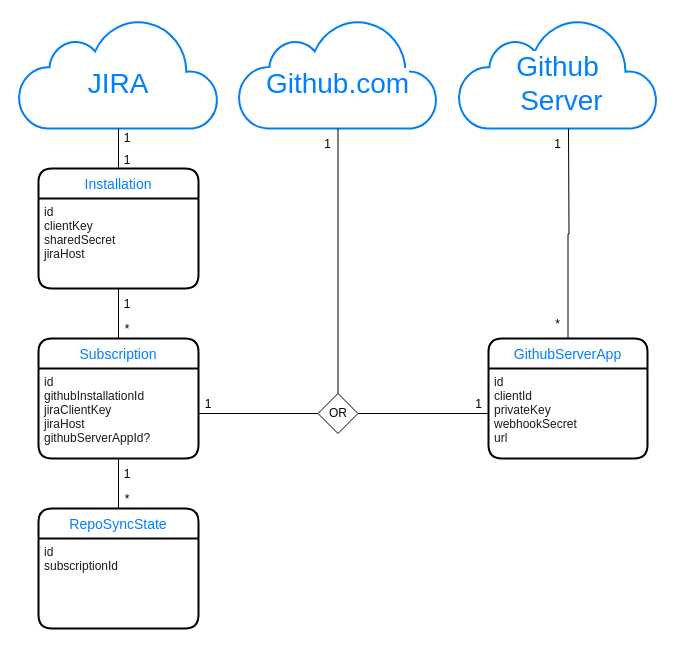
atlassian/github-for-jira keeps this draw.io diagram as docs/draw.io/data-model.drawio.xml. Above is the earlier version. Source tidied: cells renumbered, new cells numbered last; positions are measured from the earlier drawing's top-left corner, leaving out a move shared by most shapes. Both pictures are drawn from the tidied source at 100%, with x=0, y=0 at pixel (18, 18).
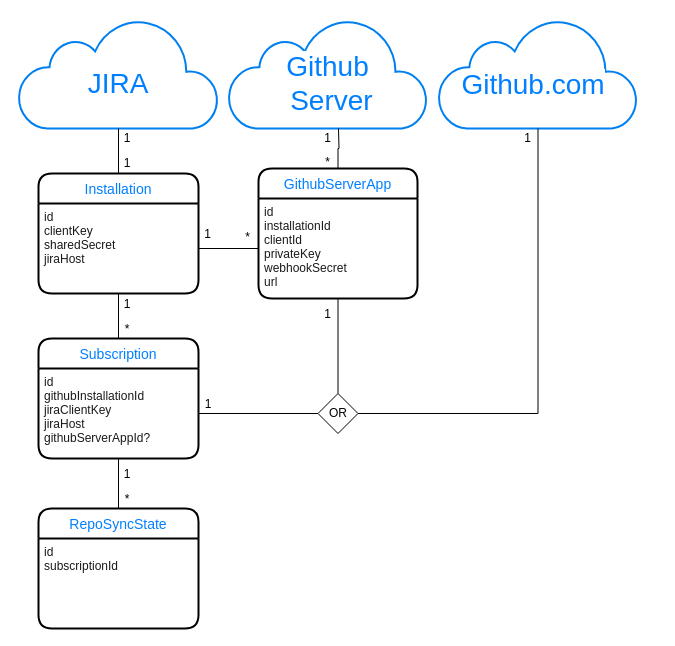
The same page after the edit.

Commit message (it also covers changes not shown here):
updating data model for GHE app security

The change refers to these unchanged cells:
```xml
<mxCell id="15" value="id&#10;clientKey&#10;sharedSecret&#10;jiraHost" style="align=left;strokeColor=none;fillColor=none;spacingLeft=4;fontSize=12;verticalAlign=top;fontColor=#1A1A1A;" parent="14" vertex="1">
  <mxGeometry y="30" width="160" height="90" as="geometry" />
</mxCell>
<mxCell id="37" value="OR" style="rhombus;whiteSpace=wrap;html=1;" parent="1" vertex="1">
  <mxGeometry x="299.5" y="375" width="40" height="40" as="geometry" />
</mxCell>
```

What changed in the source:
```diff
@@
     <mxCell id="5" style="group;" parent="1" vertex="1">
-      <mxGeometry x="220" width="199" height="130" as="geometry" />
+      <mxGeometry x="220" width="330" height="130" as="geometry" />
     </mxCell>
     <mxCell id="6" style="html=1;verticalLabelPosition=bottom;align=center;labelBackgroundColor=#ffffff;verticalAlign=top;strokeWidth=2;strokeColor=#0080F0;shadow=0;dashed=0;shape=mxgraph.ios7.icons.cloud;" parent="5" vertex="1">
-      <mxGeometry width="199" height="110" as="geometry" />
+      <mxGeometry x="200" width="199" height="110" as="geometry" />
     </mxCell>
     <mxCell id="7" value="&lt;span style=&quot;background-color: rgb(255 , 255 , 255) ; font-size: 28px&quot;&gt;Github.com&lt;/span&gt;" style="text;html=1;strokeColor=none;fillColor=none;align=center;verticalAlign=middle;whiteSpace=wrap;rounded=0;fontSize=28;fontColor=#007FFF;" parent="5" vertex="1">
-      <mxGeometry x="70" y="50" width="59" height="30" as="geometry" />
+      <mxGeometry x="260" y="51" width="70" height="30" as="geometry" />
     </mxCell>
     <mxCell id="8" value="&lt;font color=&quot;#000000&quot; style=&quot;font-size: 12px&quot;&gt;1&lt;/font&gt;" style="text;html=1;strokeColor=none;fillColor=none;align=center;verticalAlign=middle;whiteSpace=wrap;rounded=0;shadow=0;glass=0;fontSize=28;fontColor=#007FFF;" parent="5" vertex="1">
-      <mxGeometry x="80" y="110" width="19" height="20" as="geometry" />
+      <mxGeometry x="280" y="104" width="19" height="20" as="geometry" />
     </mxCell>
     <mxCell id="9" style="group;" parent="1" vertex="1">
-      <mxGeometry x="440" width="199" height="110" as="geometry" />
+      <mxGeometry x="210" width="199" height="110" as="geometry" />
     </mxCell>
@@
     <mxCell id="14" value="Installation" style="swimlane;horizontal=1;startSize=30;rounded=1;fontSize=14;fontStyle=0;strokeWidth=2;shadow=0;dashed=0;align=center;fontColor=#007FFF;glass=0;" parent="1" vertex="1">
-      <mxGeometry x="20" y="150" width="160" height="120" as="geometry" />
+      <mxGeometry x="20" y="155" width="160" height="120" as="geometry" />
     </mxCell>
@@
     <mxCell id="20" style="edgeStyle=orthogonalEdgeStyle;rounded=0;jettySize=auto;html=1;fontSize=28;fontColor=#007FFF;endArrow=none;endFill=0;" parent="1" edge="1" source="21">
       <mxGeometry relative="1" as="geometry">
-        <mxPoint x="550" y="110" as="targetPoint" />
+        <mxPoint x="320" y="110" as="targetPoint" />
       </mxGeometry>
     </mxCell>
     <mxCell id="21" value="GithubServerApp" style="swimlane;horizontal=1;startSize=30;rounded=1;fontSize=14;fontStyle=0;strokeWidth=2;shadow=0;dashed=0;align=center;fontColor=#007FFF;glass=0;" parent="1" vertex="1">
-      <mxGeometry x="470" y="320" width="159" height="120" as="geometry" />
+      <mxGeometry x="240" y="150" width="159" height="130" as="geometry" />
     </mxCell>
-    <mxCell id="22" value="id&#10;clientId&#10;privateKey&#10;webhookSecret&#10;url" style="align=left;strokeColor=none;fillColor=none;spacingLeft=4;fontSize=12;verticalAlign=top;fontColor=#1A1A1A;" parent="21" vertex="1">
-      <mxGeometry y="30" width="159" height="90" as="geometry" />
+    <mxCell id="22" value="id&#10;installationId&#10;clientId&#10;privateKey&#10;webhookSecret&#10;url" style="align=left;strokeColor=none;fillColor=none;spacingLeft=4;fontSize=12;verticalAlign=top;fontColor=#1A1A1A;" parent="21" vertex="1">
+      <mxGeometry y="30" width="159" height="100" as="geometry" />
     </mxCell>
@@
     <mxCell id="24" value="&lt;font color=&quot;#000000&quot; style=&quot;font-size: 12px&quot;&gt;1&lt;/font&gt;" style="text;html=1;strokeColor=none;fillColor=none;align=center;verticalAlign=middle;whiteSpace=wrap;rounded=0;shadow=0;glass=0;fontSize=28;fontColor=#007FFF;" parent="1" vertex="1">
-      <mxGeometry x="99" y="126" width="20" height="20" as="geometry" />
+      <mxGeometry x="99" y="129" width="20" height="20" as="geometry" />
     </mxCell>
@@
     <mxCell id="27" value="&lt;font color=&quot;#000000&quot; style=&quot;font-size: 12px&quot;&gt;*&lt;/font&gt;" style="text;html=1;strokeColor=none;fillColor=none;align=center;verticalAlign=middle;whiteSpace=wrap;rounded=0;shadow=0;glass=0;fontSize=28;fontColor=#007FFF;" parent="1" vertex="1">
-      <mxGeometry x="530" y="290" width="19" height="20" as="geometry" />
+      <mxGeometry x="300" y="128" width="19" height="20" as="geometry" />
     </mxCell>
     <mxCell id="28" value="&lt;font color=&quot;#000000&quot; style=&quot;font-size: 12px&quot;&gt;1&lt;/font&gt;" style="text;html=1;strokeColor=none;fillColor=none;align=center;verticalAlign=middle;whiteSpace=wrap;rounded=0;shadow=0;glass=0;fontSize=28;fontColor=#007FFF;" parent="1" vertex="1">
-      <mxGeometry x="530" y="110" width="19" height="20" as="geometry" />
+      <mxGeometry x="300" y="104" width="19" height="20" as="geometry" />
     </mxCell>
@@
     <mxCell id="31" value="&lt;font color=&quot;#000000&quot; style=&quot;font-size: 12px&quot;&gt;1&lt;/font&gt;" style="text;html=1;strokeColor=none;fillColor=none;align=center;verticalAlign=middle;whiteSpace=wrap;rounded=0;shadow=0;glass=0;fontSize=28;fontColor=#007FFF;" parent="1" vertex="1">
-      <mxGeometry x="451" y="370" width="19" height="20" as="geometry" />
+      <mxGeometry x="300" y="280" width="19" height="20" as="geometry" />
     </mxCell>
@@
-    <mxCell id="35" style="edgeStyle=orthogonalEdgeStyle;rounded=0;jettySize=auto;html=1;endArrow=none;endFill=0;entryX=0.5;entryY=0;entryDx=0;entryDy=0;" parent="1" edge="1" source="6" target="37">
-      <mxGeometry relative="1" as="geometry" />
-    </mxCell>
-    <mxCell id="36" style="edgeStyle=orthogonalEdgeStyle;rounded=0;jettySize=auto;html=1;entryX=0;entryY=0.5;entryDx=0;entryDy=0;endArrow=none;endFill=0;" parent="1" edge="1" source="37" target="22">
+    <mxCell id="36" style="edgeStyle=orthogonalEdgeStyle;rounded=0;jettySize=auto;html=1;entryX=0.5;entryY=1;entryDx=0;entryDy=0;endArrow=none;endFill=0;" parent="1" edge="1" source="37" target="22">
       <mxGeometry relative="1" as="geometry" />
     </mxCell>
+    <mxCell id="38" style="edgeStyle=orthogonalEdgeStyle;rounded=0;jettySize=auto;html=1;exitX=1;exitY=0.5;exitDx=0;exitDy=0;endArrow=none;endFill=0;" parent="1" edge="1" source="37" target="6">
+      <mxGeometry relative="1" as="geometry" />
+    </mxCell>
@@
+    <mxCell id="39" style="edgeStyle=orthogonalEdgeStyle;rounded=0;jettySize=auto;html=1;exitX=1;exitY=0.5;exitDx=0;exitDy=0;endArrow=none;endFill=0;entryX=0;entryY=0.5;entryDx=0;entryDy=0;" parent="1" edge="1" source="15" target="22">
+      <mxGeometry relative="1" as="geometry" />
+    </mxCell>
+    <mxCell id="40" value="&lt;font color=&quot;#000000&quot; style=&quot;font-size: 12px&quot;&gt;1&lt;/font&gt;" style="text;html=1;strokeColor=none;fillColor=none;align=center;verticalAlign=middle;whiteSpace=wrap;rounded=0;shadow=0;glass=0;fontSize=28;fontColor=#007FFF;" parent="1" vertex="1">
+      <mxGeometry x="180" y="200" width="19" height="20" as="geometry" />
+    </mxCell>
+    <mxCell id="41" value="&lt;font color=&quot;#000000&quot; style=&quot;font-size: 12px&quot;&gt;*&lt;/font&gt;" style="text;html=1;strokeColor=none;fillColor=none;align=center;verticalAlign=middle;whiteSpace=wrap;rounded=0;shadow=0;glass=0;fontSize=28;fontColor=#007FFF;" parent="1" vertex="1">
+      <mxGeometry x="220" y="203" width="19" height="20" as="geometry" />
+    </mxCell>
```
